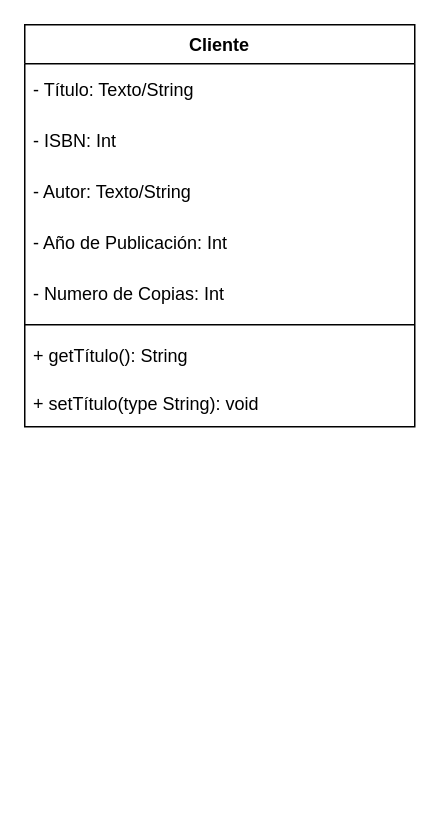
PeterMartEsc/ETS keeps this draw.io diagram as Proyecto/Diagramas/ProyectoETS-PRO_DIagramas.drawio. Above is the earlier version. Source tidied: cells renumbered, new cells numbered last; positions are measured from the earlier drawing's top-left corner, leaving out a move shared by most shapes. Both pictures are drawn from the tidied source at 150%, with x=0, y=0 at pixel (24, 24).
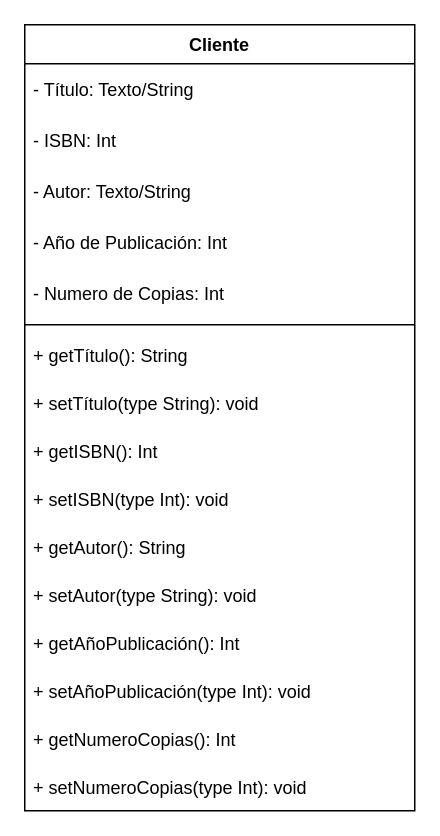
Above is the later version.

What changed in the source:
```diff
@@
 <mxGraphModel>
   <root>
     <mxCell id="0" />
     <mxCell id="1" parent="0" />
     <mxCell id="2" value="Cliente" style="swimlane;align=center;verticalAlign=middle;horizontal=1;startSize=26;" parent="1" vertex="1">
-      <mxGeometry width="260" height="268" as="geometry" />
+      <mxGeometry width="260" height="524" as="geometry" />
     </mxCell>
     <mxCell id="3" value="- Título: Texto/String" style="text;strokeColor=none;fillColor=none;align=left;verticalAlign=middle;spacingLeft=4;spacingRight=4;overflow=hidden;" parent="2" vertex="1">
       <mxGeometry y="26" width="260" height="34" as="geometry" />
     </mxCell>
     <mxCell id="4" value="- ISBN: Int" style="text;strokeColor=none;fillColor=none;align=left;verticalAlign=middle;spacingLeft=4;spacingRight=4;overflow=hidden;" parent="2" vertex="1">
       <mxGeometry y="60" width="260" height="34" as="geometry" />
     </mxCell>
     <mxCell id="5" value="- Autor: Texto/String" style="text;strokeColor=none;fillColor=none;align=left;verticalAlign=middle;spacingLeft=4;spacingRight=4;overflow=hidden;" parent="2" vertex="1">
       <mxGeometry y="94" width="260" height="34" as="geometry" />
     </mxCell>
     <mxCell id="6" value="- Año de Publicación: Int" style="text;strokeColor=none;fillColor=none;align=left;verticalAlign=middle;spacingLeft=4;spacingRight=4;overflow=hidden;" parent="2" vertex="1">
       <mxGeometry y="128" width="260" height="34" as="geometry" />
     </mxCell>
     <mxCell id="7" value="- Numero de Copias: Int" style="text;strokeColor=none;fillColor=none;align=left;verticalAlign=middle;spacingLeft=4;spacingRight=4;overflow=hidden;" parent="2" vertex="1">
       <mxGeometry y="162" width="260" height="34" as="geometry" />
     </mxCell>
     <mxCell id="8" style="line;strokeWidth=1;fillColor=none;align=left;verticalAlign=middle;spacingTop=-1;spacingLeft=3;spacingRight=3;labelPosition=right;strokeColor=inherit;" parent="2" vertex="1">
       <mxGeometry y="196" width="260" height="8" as="geometry" />
     </mxCell>
     <mxCell id="9" value="+ getTítulo(): String" style="text;strokeColor=none;fillColor=none;align=left;verticalAlign=middle;spacingLeft=4;spacingRight=4;overflow=hidden;" parent="2" vertex="1">
       <mxGeometry y="204" width="260" height="32" as="geometry" />
     </mxCell>
     <mxCell id="10" value="+ setTítulo(type String): void" style="text;strokeColor=none;fillColor=none;align=left;verticalAlign=middle;spacingLeft=4;spacingRight=4;overflow=hidden;" parent="2" vertex="1">
       <mxGeometry y="236" width="260" height="32" as="geometry" />
     </mxCell>
+    <mxCell id="11" value="+ getISBN(): Int" style="text;strokeColor=none;fillColor=none;align=left;verticalAlign=middle;spacingLeft=4;spacingRight=4;overflow=hidden;" parent="2" vertex="1">
+      <mxGeometry y="268" width="260" height="32" as="geometry" />
+    </mxCell>
+    <mxCell id="12" value="+ setISBN(type Int): void" style="text;strokeColor=none;fillColor=none;align=left;verticalAlign=middle;spacingLeft=4;spacingRight=4;overflow=hidden;" parent="2" vertex="1">
+      <mxGeometry y="300" width="260" height="32" as="geometry" />
+    </mxCell>
+    <mxCell id="13" value="+ getAutor(): String" style="text;strokeColor=none;fillColor=none;align=left;verticalAlign=middle;spacingLeft=4;spacingRight=4;overflow=hidden;" parent="2" vertex="1">
+      <mxGeometry y="332" width="260" height="32" as="geometry" />
+    </mxCell>
+    <mxCell id="14" value="+ setAutor(type String): void" style="text;strokeColor=none;fillColor=none;align=left;verticalAlign=middle;spacingLeft=4;spacingRight=4;overflow=hidden;" parent="2" vertex="1">
+      <mxGeometry y="364" width="260" height="32" as="geometry" />
+    </mxCell>
+    <mxCell id="15" value="+ getAñoPublicación(): Int" style="text;strokeColor=none;fillColor=none;align=left;verticalAlign=middle;spacingLeft=4;spacingRight=4;overflow=hidden;" parent="2" vertex="1">
+      <mxGeometry y="396" width="260" height="32" as="geometry" />
+    </mxCell>
+    <mxCell id="16" value="+ setAñoPublicación(type Int): void" style="text;strokeColor=none;fillColor=none;align=left;verticalAlign=middle;spacingLeft=4;spacingRight=4;overflow=hidden;" parent="2" vertex="1">
+      <mxGeometry y="428" width="260" height="32" as="geometry" />
+    </mxCell>
+    <mxCell id="17" value="+ getNumeroCopias(): Int" style="text;strokeColor=none;fillColor=none;align=left;verticalAlign=middle;spacingLeft=4;spacingRight=4;overflow=hidden;" parent="2" vertex="1">
+      <mxGeometry y="460" width="260" height="32" as="geometry" />
+    </mxCell>
+    <mxCell id="18" value="+ setNumeroCopias(type Int): void" style="text;strokeColor=none;fillColor=none;align=left;verticalAlign=middle;spacingLeft=4;spacingRight=4;overflow=hidden;" parent="2" vertex="1">
+      <mxGeometry y="492" width="260" height="32" as="geometry" />
+    </mxCell>
   </root>
 </mxGraphModel>
```
